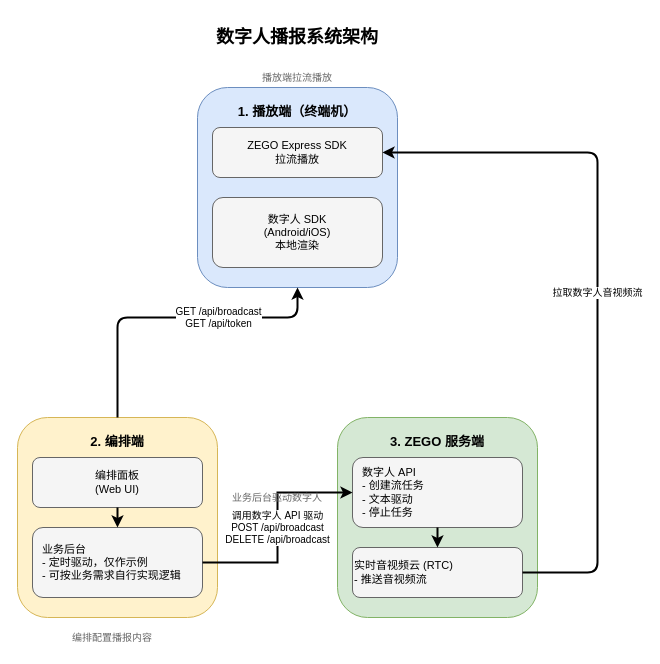
ZEGOCLOUD/digital-human-quick-start-example keeps this draw.io diagram as digital-human-real-time-broadcasting-scenario/architecture-diagram.drawio. Above is the earlier version. Source tidied: cells renumbered, new cells numbered last; positions are measured from the earlier drawing's top-left corner, leaving out a move shared by most shapes. Both pictures are drawn from the tidied source at 100%, with x=0, y=0 at pixel (17, 17).
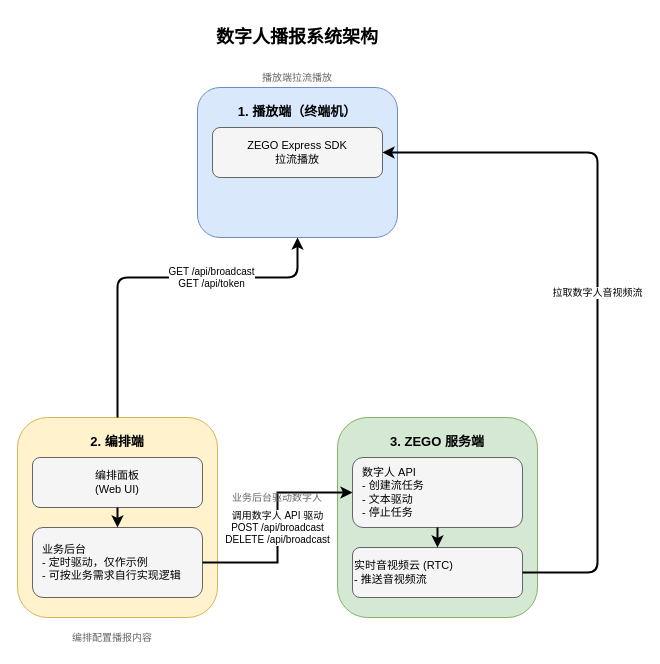
The same page after the edit.

The change refers to these unchanged cells:
```xml
<mxCell id="6" value="2. 编排端" style="rounded=1;whiteSpace=wrap;html=1;fillColor=#fff2cc;strokeColor=#d6b656;fontSize=13;fontStyle=1;verticalAlign=top;spacingTop=10;align=center;" parent="1" vertex="1">
  <mxGeometry y="400" width="200" height="200" as="geometry" />
</mxCell>
```

Change to the diagram source:
```diff
@@
     <mxCell id="3" value="1. 播放端（终端机）" style="rounded=1;whiteSpace=wrap;html=1;fillColor=#dae8fc;strokeColor=#6c8ebf;fontSize=13;fontStyle=1;verticalAlign=top;spacingTop=10;align=center;" parent="1" vertex="1">
-      <mxGeometry x="180" y="70" width="200" height="200" as="geometry" />
+      <mxGeometry x="180" y="70" width="200" height="150" as="geometry" />
     </mxCell>
@@
-    <mxCell id="5" value="数字人 SDK&#10;(Android/iOS)&#10;本地渲染" style="rounded=1;whiteSpace=wrap;html=1;fillColor=#f5f5f5;strokeColor=#666666;fontSize=11;" parent="1" vertex="1">
-      <mxGeometry x="195" y="180" width="170" height="70" as="geometry" />
-    </mxCell>
@@
     <mxCell id="14" value="GET /api/broadcast&#10;GET /api/token" style="edgeStyle=orthogonalEdgeStyle;rounded=1;jettySize=auto;html=1;strokeWidth=2;fontSize=10;entryX=0.5;entryY=0;entryDx=0;entryDy=0;startArrow=classic;startFill=1;endArrow=none;endFill=0;" parent="1" edge="1" source="3" target="6">
       <mxGeometry x="-0.3" relative="1" as="geometry">
         <Array as="points">
-          <mxPoint x="280" y="300" />
-          <mxPoint x="100" y="300" />
+          <mxPoint x="280" y="260" />
+          <mxPoint x="100" y="260" />
         </Array>
       </mxGeometry>
     </mxCell>
```
